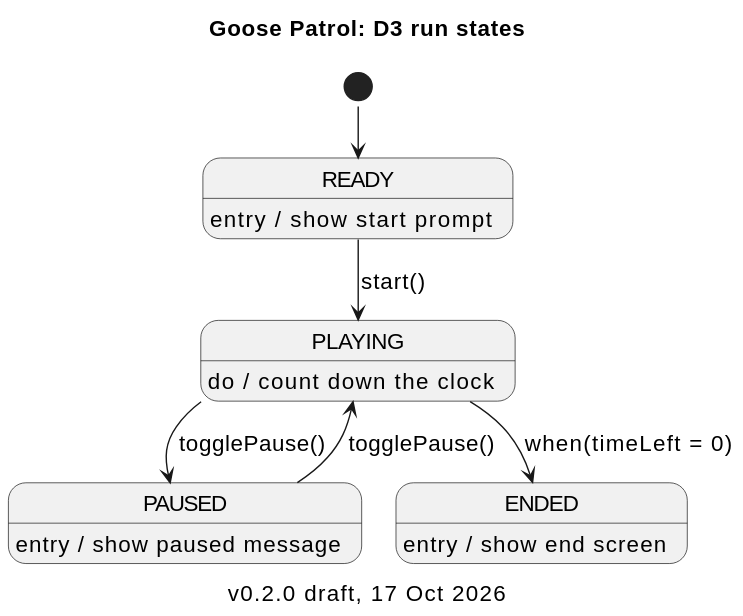
Above: docs/architecture/out/d3-run-states.svg in goose-meat-eng1/goose-patrol (PlantUML), before the change.
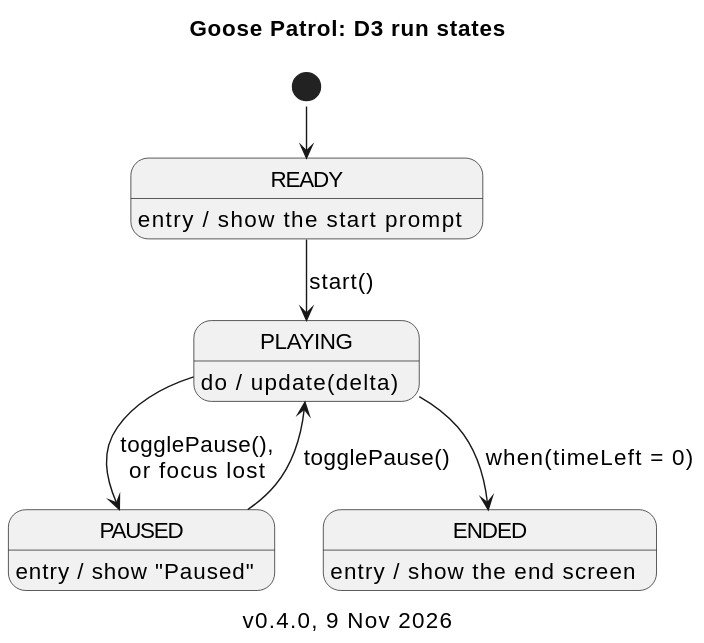
After the commit.

The edit, as a diff of the source:
```diff
@@ -1,16 +1,15 @@
 @startuml
 !include style.iuml
+title Goose Patrol: D3 run states
+caption v0.4.0, 9 Nov 2026
 
-
-title Goose Patrol: D3 run states
-caption v0.2.0 draft, 17 Oct 2026
 [*] --> READY
-READY : entry / show start prompt
+READY : entry / show the start prompt
 READY --> PLAYING : start()
-PLAYING : do / count down the clock
-PLAYING --> PAUSED : togglePause()
-PAUSED : entry / show paused message
+PLAYING : do / update(delta)
+PLAYING --> PAUSED : togglePause(),\nor focus lost
+PAUSED : entry / show "Paused"
 PAUSED --> PLAYING : togglePause()
 PLAYING --> ENDED : when(timeLeft = 0)
-ENDED : entry / show end screen
+ENDED : entry / show the end screen
 @enduml
```
